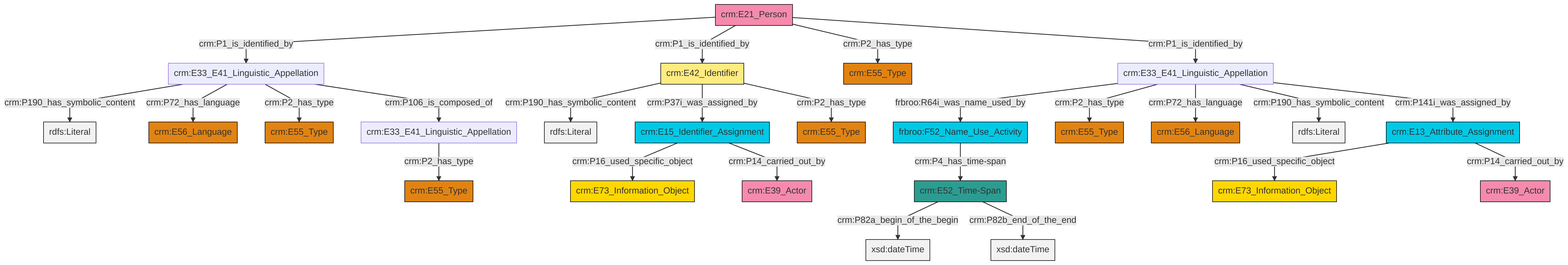
swiss-art-research-net/docs.swissartresearch keeps this Mermaid diagram as et/personCSV/ttl/mmd/png/Person_Names_and_Classification.png. Above is the earlier version. Its source is kept beside it as et/personCSV/ttl/mmd/Person_Names_and_Classification.ttl.mmd.
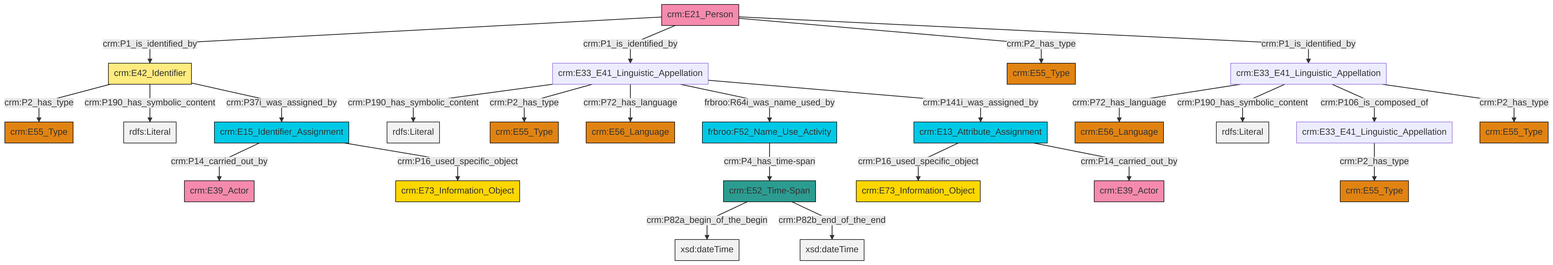
After the commit.

What changed in the source:
```diff
@@ -13,27 +13,27 @@
 classDef PC_Classes fill:#4ce600, stroke:#000000;
 classDef Multi fill:#cccccc,stroke:#000000;
 
-0["crm:E15_Identifier_Assignment"]:::Temporal_Entity -->|crm:P16_used_specific_object| 1["crm:E73_Information_Object"]:::Conceptual_Object
-0["crm:E15_Identifier_Assignment"]:::Temporal_Entity -->|crm:P14_carried_out_by| 4["crm:E39_Actor"]:::Actor
-5["crm:E33_E41_Linguistic_Appellation"]:::Default -->|crm:P2_has_type| 7["crm:E55_Type"]:::Type
-10["crm:E42_Identifier"]:::Appellation -->|crm:P190_has_symbolic_content| 11[rdfs:Literal]:::Literal
-16["crm:E21_Person"]:::Actor -->|crm:P1_is_identified_by| 17["crm:E33_E41_Linguistic_Appellation"]:::Default
-23["crm:E33_E41_Linguistic_Appellation"]:::Default -->|frbroo:R64i_was_name_used_by| 24["frbroo:F52_Name_Use_Activity"]:::Temporal_Entity
-16["crm:E21_Person"]:::Actor -->|crm:P1_is_identified_by| 10["crm:E42_Identifier"]:::Appellation
-16["crm:E21_Person"]:::Actor -->|crm:P2_has_type| 14["crm:E55_Type"]:::Type
-12["crm:E52_Time-Span"]:::Time-Span -->|crm:P82a_begin_of_the_begin| 30[xsd:dateTime]:::Literal
-23["crm:E33_E41_Linguistic_Appellation"]:::Default -->|crm:P2_has_type| 31["crm:E55_Type"]:::Type
-17["crm:E33_E41_Linguistic_Appellation"]:::Default -->|crm:P190_has_symbolic_content| 34[rdfs:Literal]:::Literal
-2["crm:E13_Attribute_Assignment"]:::Temporal_Entity -->|crm:P16_used_specific_object| 21["crm:E73_Information_Object"]:::Conceptual_Object
-17["crm:E33_E41_Linguistic_Appellation"]:::Default -->|crm:P72_has_language| 26["crm:E56_Language"]:::Type
-12["crm:E52_Time-Span"]:::Time-Span -->|crm:P82b_end_of_the_end| 35[xsd:dateTime]:::Literal
-23["crm:E33_E41_Linguistic_Appellation"]:::Default -->|crm:P72_has_language| 36["crm:E56_Language"]:::Type
-10["crm:E42_Identifier"]:::Appellation -->|crm:P37i_was_assigned_by| 0["crm:E15_Identifier_Assignment"]:::Temporal_Entity
-2["crm:E13_Attribute_Assignment"]:::Temporal_Entity -->|crm:P14_carried_out_by| 8["crm:E39_Actor"]:::Actor
-16["crm:E21_Person"]:::Actor -->|crm:P1_is_identified_by| 23["crm:E33_E41_Linguistic_Appellation"]:::Default
-23["crm:E33_E41_Linguistic_Appellation"]:::Default -->|crm:P190_has_symbolic_content| 45[rdfs:Literal]:::Literal
-24["frbroo:F52_Name_Use_Activity"]:::Temporal_Entity -->|crm:P4_has_time-span| 12["crm:E52_Time-Span"]:::Time-Span
-10["crm:E42_Identifier"]:::Appellation -->|crm:P2_has_type| 28["crm:E55_Type"]:::Type
-23["crm:E33_E41_Linguistic_Appellation"]:::Default -->|crm:P141i_was_assigned_by| 2["crm:E13_Attribute_Assignment"]:::Temporal_Entity
-17["crm:E33_E41_Linguistic_Appellation"]:::Default -->|crm:P2_has_type| 38["crm:E55_Type"]:::Type
-17["crm:E33_E41_Linguistic_Appellation"]:::Default -->|crm:P106_is_composed_of| 5["crm:E33_E41_Linguistic_Appellation"]:::Default
+0["crm:E21_Person"]:::Actor -->|crm:P1_is_identified_by| 1["crm:E42_Identifier"]:::Appellation
+6["crm:E33_E41_Linguistic_Appellation"]:::Default -->|crm:P190_has_symbolic_content| 7[rdfs:Literal]:::Literal
+6["crm:E33_E41_Linguistic_Appellation"]:::Default -->|crm:P2_has_type| 8["crm:E55_Type"]:::Type
+6["crm:E33_E41_Linguistic_Appellation"]:::Default -->|crm:P72_has_language| 9["crm:E56_Language"]:::Type
+10["crm:E33_E41_Linguistic_Appellation"]:::Default -->|crm:P72_has_language| 11["crm:E56_Language"]:::Type
+12["crm:E52_Time-Span"]:::Time-Span -->|crm:P82a_begin_of_the_begin| 13[xsd:dateTime]:::Literal
+6["crm:E33_E41_Linguistic_Appellation"]:::Default -->|frbroo:R64i_was_name_used_by| 14["frbroo:F52_Name_Use_Activity"]:::Temporal_Entity
+1["crm:E42_Identifier"]:::Appellation -->|crm:P2_has_type| 15["crm:E55_Type"]:::Type
+10["crm:E33_E41_Linguistic_Appellation"]:::Default -->|crm:P190_has_symbolic_content| 21[rdfs:Literal]:::Literal
+10["crm:E33_E41_Linguistic_Appellation"]:::Default -->|crm:P106_is_composed_of| 24["crm:E33_E41_Linguistic_Appellation"]:::Default
+18["crm:E13_Attribute_Assignment"]:::Temporal_Entity -->|crm:P16_used_specific_object| 25["crm:E73_Information_Object"]:::Conceptual_Object
+26["crm:E15_Identifier_Assignment"]:::Temporal_Entity -->|crm:P14_carried_out_by| 4["crm:E39_Actor"]:::Actor
+0["crm:E21_Person"]:::Actor -->|crm:P1_is_identified_by| 6["crm:E33_E41_Linguistic_Appellation"]:::Default
+14["frbroo:F52_Name_Use_Activity"]:::Temporal_Entity -->|crm:P4_has_time-span| 12["crm:E52_Time-Span"]:::Time-Span
+26["crm:E15_Identifier_Assignment"]:::Temporal_Entity -->|crm:P16_used_specific_object| 32["crm:E73_Information_Object"]:::Conceptual_Object
+24["crm:E33_E41_Linguistic_Appellation"]:::Default -->|crm:P2_has_type| 33["crm:E55_Type"]:::Type
+10["crm:E33_E41_Linguistic_Appellation"]:::Default -->|crm:P2_has_type| 22["crm:E55_Type"]:::Type
+6["crm:E33_E41_Linguistic_Appellation"]:::Default -->|crm:P141i_was_assigned_by| 18["crm:E13_Attribute_Assignment"]:::Temporal_Entity
+1["crm:E42_Identifier"]:::Appellation -->|crm:P190_has_symbolic_content| 35[rdfs:Literal]:::Literal
+12["crm:E52_Time-Span"]:::Time-Span -->|crm:P82b_end_of_the_end| 37[xsd:dateTime]:::Literal
+0["crm:E21_Person"]:::Actor -->|crm:P2_has_type| 28["crm:E55_Type"]:::Type
+18["crm:E13_Attribute_Assignment"]:::Temporal_Entity -->|crm:P14_carried_out_by| 2["crm:E39_Actor"]:::Actor
+1["crm:E42_Identifier"]:::Appellation -->|crm:P37i_was_assigned_by| 26["crm:E15_Identifier_Assignment"]:::Temporal_Entity
+0["crm:E21_Person"]:::Actor -->|crm:P1_is_identified_by| 10["crm:E33_E41_Linguistic_Appellation"]:::Default
```
